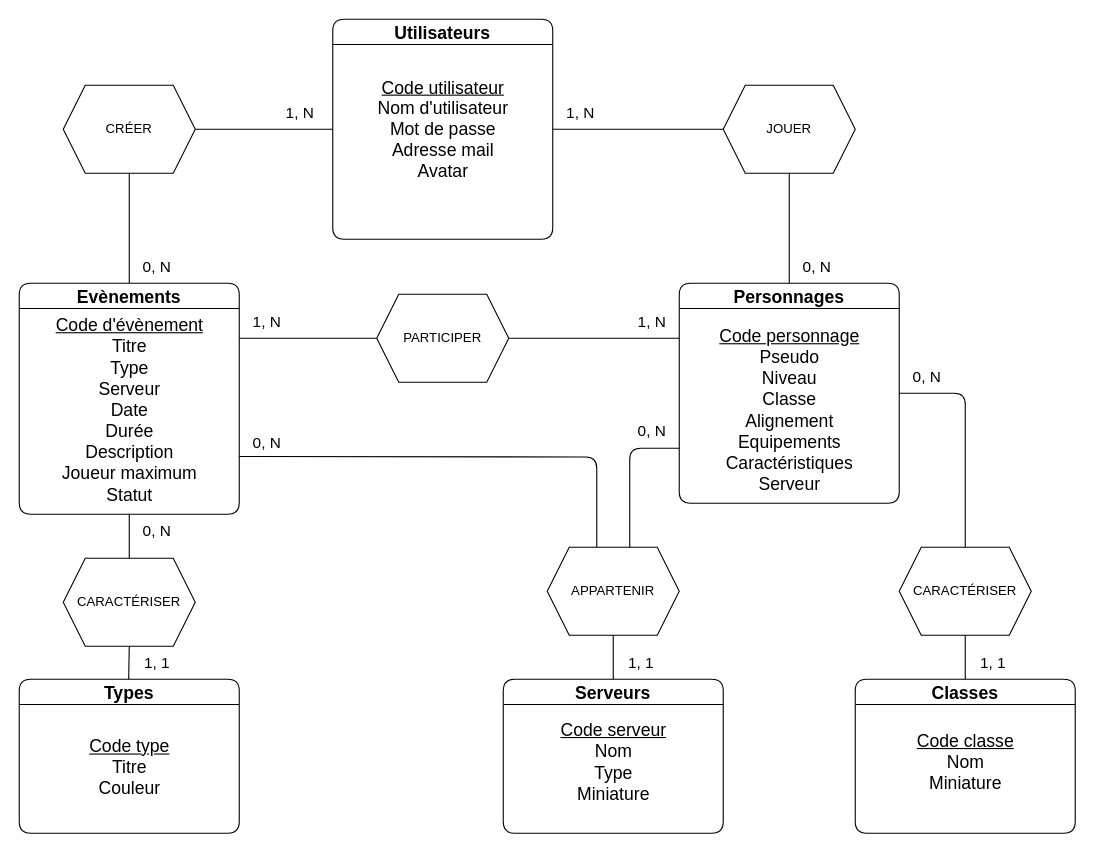
Earlier version of the draw.io diagram docs/MCD.drawio (AlexandreDejour/DofusGroup). Source tidied: cells renumbered, new cells numbered last; positions are measured from the earlier drawing's top-left corner, leaving out a move shared by most shapes. Both pictures are drawn from the tidied source at 110%, with x=0, y=0 at pixel (19, 19).
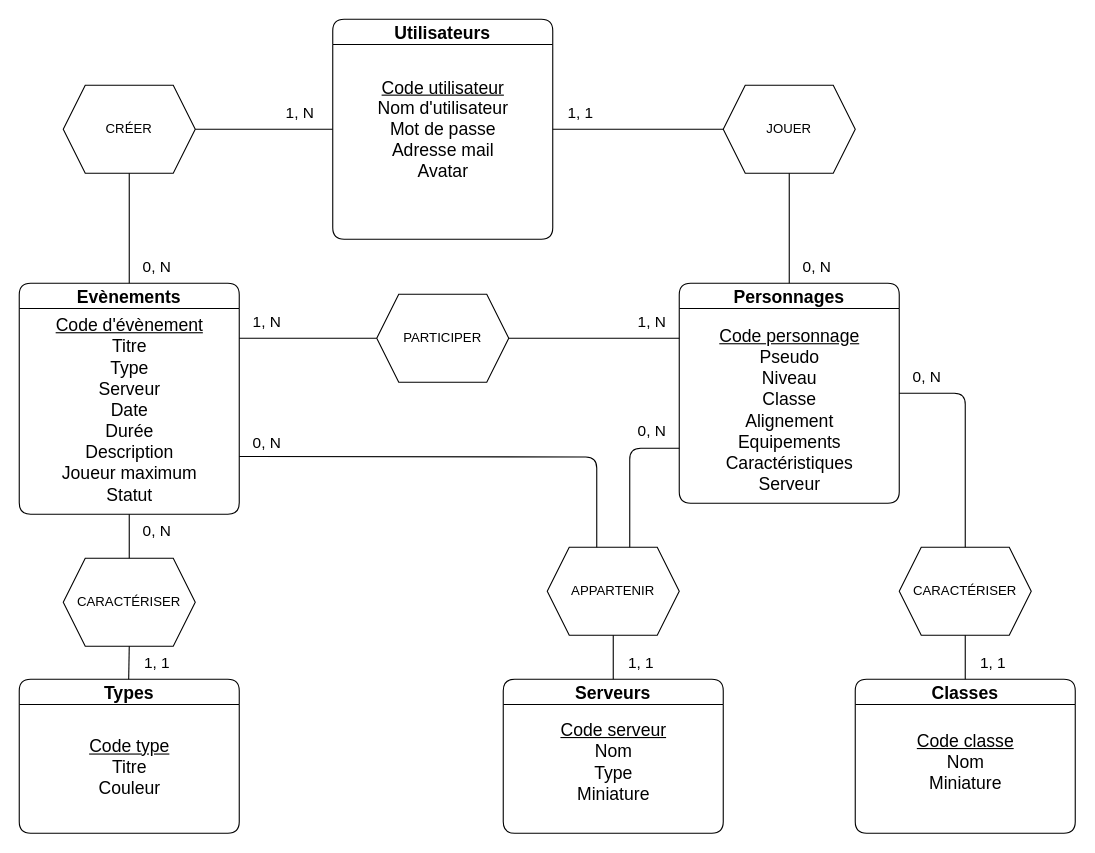
Above is the later version.

Change to the diagram source:
```diff
@@
-    <mxCell id="38" value="&lt;font style=&quot;font-size: 14px;&quot;&gt;1, N&lt;/font&gt;" style="text;html=1;align=center;verticalAlign=middle;strokeColor=none;fillColor=none;" parent="1" vertex="1">
+    <mxCell id="38" value="&lt;font style=&quot;font-size: 14px;&quot;&gt;1, 1&lt;/font&gt;" style="text;html=1;align=center;verticalAlign=middle;strokeColor=none;fillColor=none;" parent="1" vertex="1">
       <mxGeometry x="485" y="70" width="50" height="30" as="geometry" />
     </mxCell>
```
